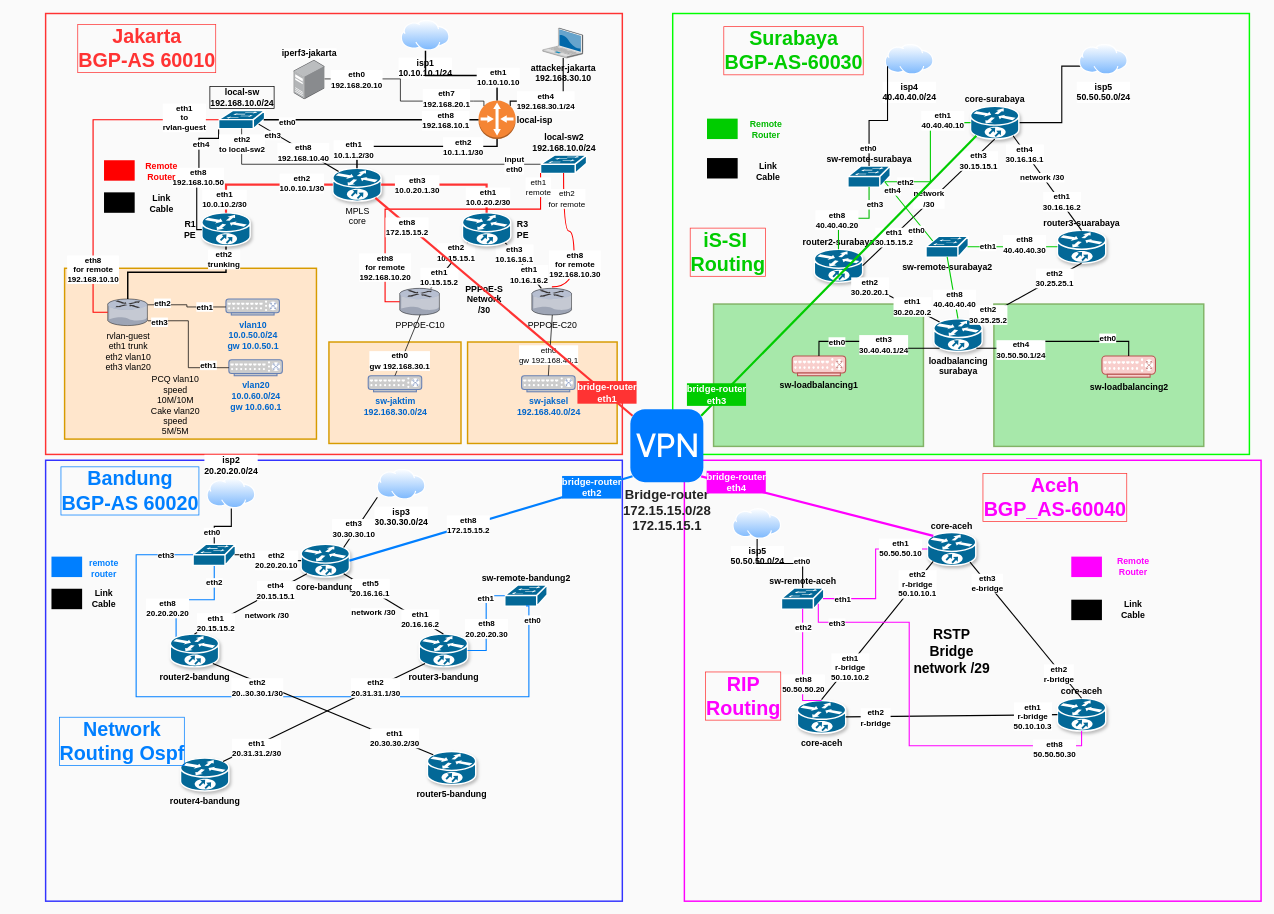
Before: drawio/save/network2.drawio in rudistira185/debianthinkpad, a draw.io diagram. Source tidied: cells renumbered, new cells numbered last; positions are measured from the earlier drawing's top-left corner, leaving out a move shared by most shapes. Both pictures are drawn from the tidied source at 73%, with x=0, y=0 at pixel (12, 13).
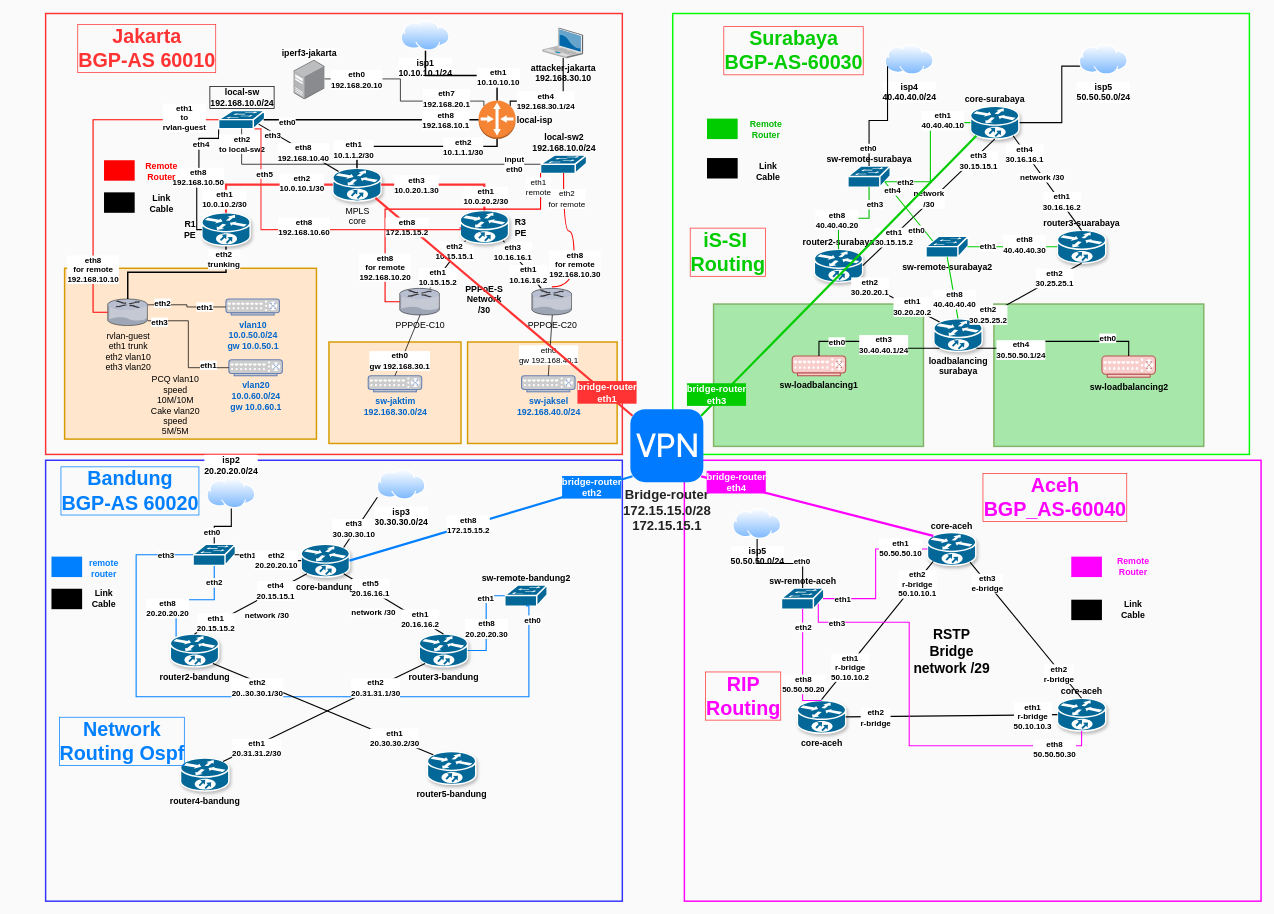
The same page after the edit.

What changed in the source:
```diff
@@
     <mxCell id="15" value="R3&lt;br&gt;PE" style="strokeColor=#ffffff;html=1;dashed=0;fillColor=#036897;strokeWidth=2;verticalLabelPosition=middle;verticalAlign=middle;align=left;outlineConnect=0;shape=mxgraph.cisco.routers.10700;shadow=1;labelPosition=right;spacing=9;fontStyle=1;" parent="1" vertex="1">
-      <mxGeometry x="616" y="273" width="66.2" height="45" as="geometry" />
+      <mxGeometry x="612.9" y="270" width="66.2" height="45" as="geometry" />
     </mxCell>
@@
-    <mxCell id="43" value="local-sw&lt;div&gt;192.168.10.0/24&lt;/div&gt;" style="strokeColor=#ffffff;html=1;dashed=0;fillColor=#036897;strokeWidth=2;verticalLabelPosition=top;verticalAlign=bottom;align=center;outlineConnect=0;shape=mxgraph.cisco.switches.workgroup_switch;labelPosition=center;labelBorderColor=default;fontStyle=1;" parent="1" vertex="1">
+    <mxCell id="43" value="local-sw&lt;div&gt;192.168.10.0/24&lt;/div&gt;" style="strokeColor=#ffffff;html=1;dashed=0;fillColor=#036897;strokeWidth=2;verticalLabelPosition=top;verticalAlign=bottom;align=center;outlineConnect=0;shape=mxgraph.cisco.switches.workgroup_switch;labelPosition=center;labelBorderColor=default;fontStyle=1;points=[[0,0.5,0,0,0],[0,0.98,0,0,0],[0.16,0.23,0,0,0],[0.5,0,0,0,0],[0.5,0.98,0,0,0],[0.78,1,0,0,0],[0.87,0.74,0,0,0],[0.98,0.5,0,0,0],[1,0,0,0,0]];" parent="1" vertex="1">
       <mxGeometry x="282" y="133" width="63" height="25" as="geometry" />
     </mxCell>
@@
+    <mxCell id="231" style="edgeStyle=orthogonalEdgeStyle;rounded=0;jettySize=auto;html=1;exitX=0.78;exitY=1;exitDx=0;exitDy=0;exitPerimeter=0;entryX=0;entryY=0.5;entryDx=0;entryDy=0;entryPerimeter=0;strokeWidth=1.5;endArrow=none;endFill=0;strokeColor=#FF3333;" parent="1" edge="1" source="43" target="15">
+      <mxGeometry relative="1" as="geometry">
+        <Array as="points">
+          <mxPoint x="340" y="158" />
+          <mxPoint x="340" y="296" />
+        </Array>
+      </mxGeometry>
+    </mxCell>
+    <mxCell id="232" value="eth5" style="edgeLabel;html=1;align=center;verticalAlign=middle;fontStyle=1;" parent="231" vertex="1">
+      <mxGeometry x="-0.67" y="4" relative="1" as="geometry" />
+    </mxCell>
+    <mxCell id="233" value="eth8&lt;div&gt;192.168.10.60&lt;/div&gt;" style="edgeLabel;html=1;align=center;verticalAlign=middle;fontStyle=1;" parent="231" vertex="1">
+      <mxGeometry x="-0.03" y="4" relative="1" as="geometry" />
+    </mxCell>
```
